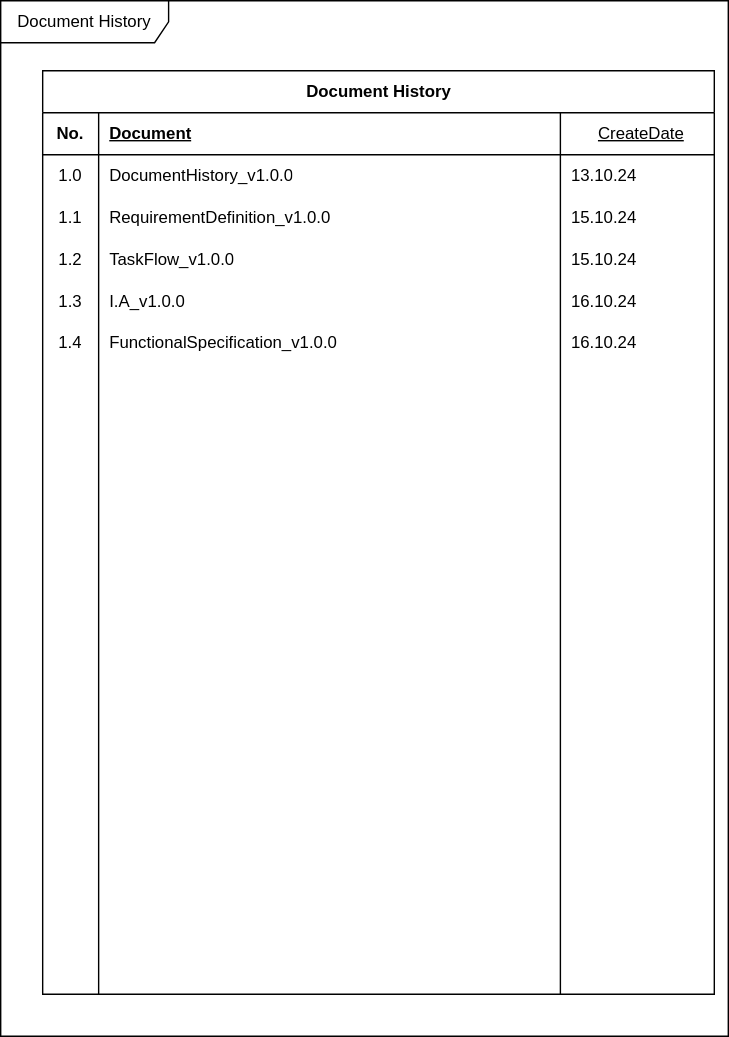
cjungwo/Weadinator keeps this draw.io diagram as Document/WeadinatorDocumentation.svg. Above is the earlier version. Source tidied: cells renumbered, new cells last; positions are measured from the earlier drawing's top-left corner, leaving out a move shared by most shapes.
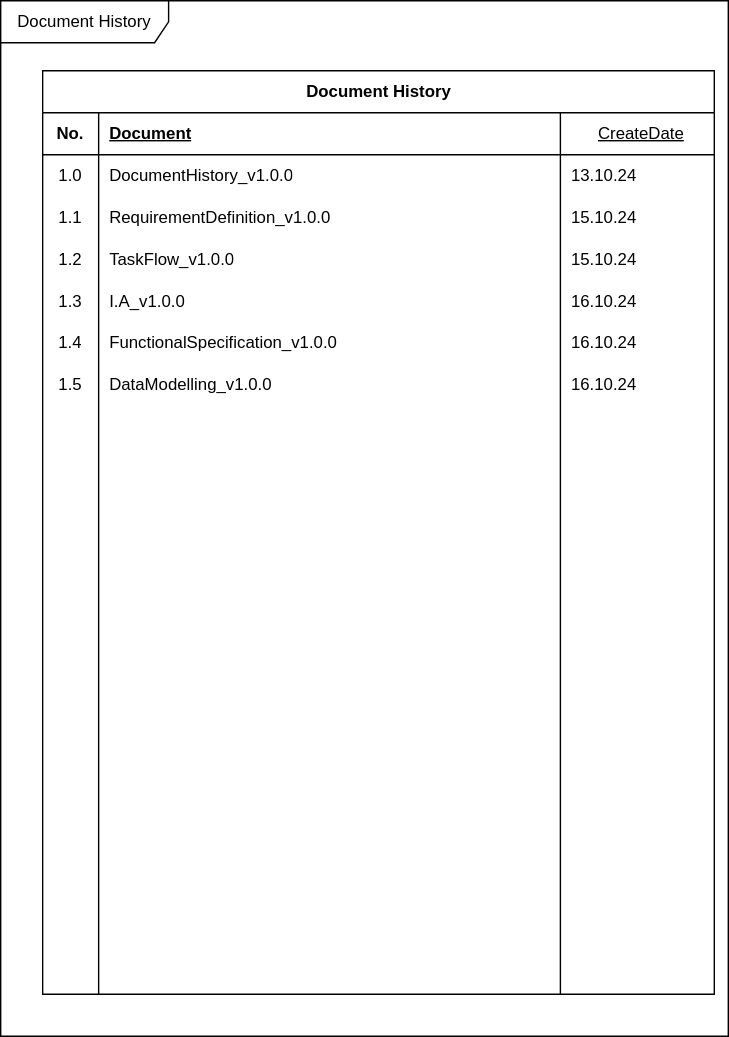
The same file after the commit.

The edit, as a diff of the source:
```diff
@@ -83,13 +83,13 @@
     <mxCell id="28" style="shape=tableRow;horizontal=0;startSize=0;swimlaneHead=0;swimlaneBody=0;fillColor=none;top=0;left=0;right=0;bottom=0;" parent="3" vertex="1">
       <mxGeometry y="210" width="480" height="30" as="geometry" />
     </mxCell>
-    <mxCell id="29" style="shape=partialRectangle;fillColor=none;top=0;left=0;bottom=0;right=0;overflow=hidden;whiteSpace=wrap;html=1;" parent="28" vertex="1">
+    <mxCell id="29" value="1.5" style="shape=partialRectangle;fillColor=none;top=0;left=0;bottom=0;right=0;overflow=hidden;whiteSpace=wrap;html=1;" parent="28" vertex="1">
       <mxGeometry width="40" height="30" as="geometry" />
     </mxCell>
-    <mxCell id="30" style="shape=partialRectangle;fillColor=none;top=0;left=0;bottom=0;right=0;align=left;spacingLeft=6;overflow=hidden;whiteSpace=wrap;html=1;" parent="28" vertex="1">
+    <mxCell id="30" value="DataModelling_v1.0.0" style="shape=partialRectangle;fillColor=none;top=0;left=0;bottom=0;right=0;align=left;spacingLeft=6;overflow=hidden;whiteSpace=wrap;html=1;" parent="28" vertex="1">
       <mxGeometry x="40" width="330" height="30" as="geometry" />
     </mxCell>
-    <mxCell id="31" style="shape=partialRectangle;fillColor=none;top=0;left=0;bottom=0;right=0;align=left;spacingLeft=6;overflow=hidden;whiteSpace=wrap;html=1;" parent="28" vertex="1">
+    <mxCell id="31" value="16.10.24" style="shape=partialRectangle;fillColor=none;top=0;left=0;bottom=0;right=0;align=left;spacingLeft=6;overflow=hidden;whiteSpace=wrap;html=1;" parent="28" vertex="1">
       <mxGeometry x="370" width="110" height="30" as="geometry" />
     </mxCell>
     <mxCell id="32" style="shape=tableRow;horizontal=0;startSize=0;swimlaneHead=0;swimlaneBody=0;fillColor=none;top=0;left=0;right=0;bottom=0;" parent="3" vertex="1">
```
